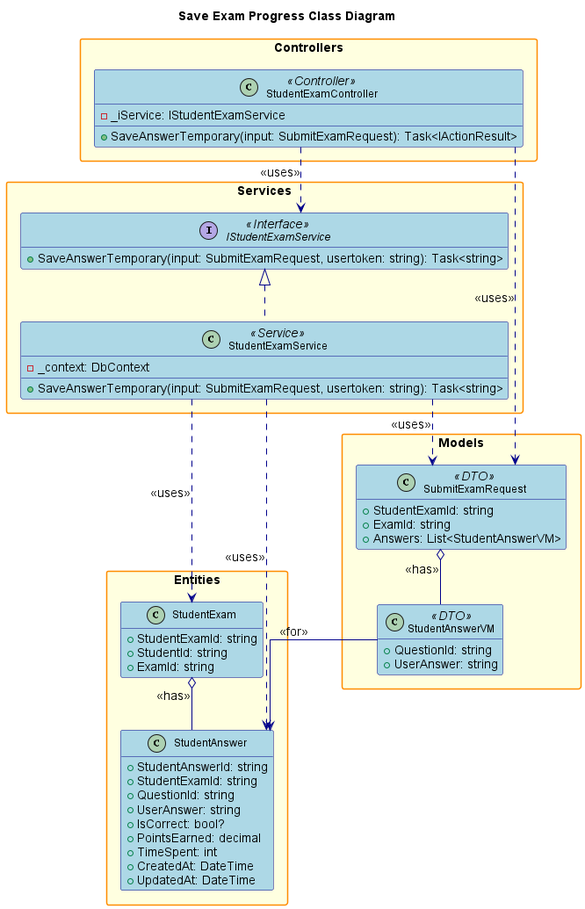
Earlier version of the PlantUML export design/out/saveexamprogress/saveexamprogress.png (conghoan1211/AI-Kiosk-Testing-system). Its diagram source:
```plantuml
@startuml

title Save Exam Progress Class Diagram

hide empty members
skinparam packageStyle rectangle
skinparam linetype ortho
skinparam defaultFontSize 14
skinparam defaultFontName Arial
skinparam classFontSize 12
skinparam classFontName Arial
skinparam noteFontSize 11
skinparam noteFontName Arial

skinparam class {
    BackgroundColor LightBlue
    BorderColor DarkBlue
    ArrowColor DarkBlue
    FontSize 12
}

skinparam package {
    BackgroundColor LightYellow
    BorderColor DarkOrange
    FontSize 14
    FontStyle bold
}

skinparam interface {
    BackgroundColor LightGreen
    BorderColor DarkGreen
    FontSize 12
}

skinparam enum {
    BackgroundColor LightCyan
    BorderColor DarkCyan
    FontSize 12
}

package "Controllers" {
    class StudentExamController <<Controller>> {
        - _iService: IStudentExamService
        + SaveAnswerTemporary(input: SubmitExamRequest): Task<IActionResult>
    }
}

package "Services" {
    interface IStudentExamService <<Interface>> {
        + SaveAnswerTemporary(input: SubmitExamRequest, usertoken: string): Task<string>
    }
    class StudentExamService <<Service>> {
        - _context: DbContext
        + SaveAnswerTemporary(input: SubmitExamRequest, usertoken: string): Task<string>
    }
}

package "Models" {
    class SubmitExamRequest <<DTO>> {
        + StudentExamId: string
        + ExamId: string
        + Answers: List<StudentAnswerVM>
    }
    class StudentAnswerVM <<DTO>> {
        + QuestionId: string
        + UserAnswer: string
    }
}

package "Entities" {
    class StudentExam {
        + StudentExamId: string
        + StudentId: string
        + ExamId: string
    }
    class StudentAnswer {
        + StudentAnswerId: string
        + StudentExamId: string
        + QuestionId: string
        + UserAnswer: string
        + IsCorrect: bool?
        + PointsEarned: decimal
        + TimeSpent: int
        + CreatedAt: DateTime
        + UpdatedAt: DateTime
    }
}

StudentExamController ..> IStudentExamService : <<uses>>
StudentExamController ..> SubmitExamRequest : <<uses>>
IStudentExamService <|.. StudentExamService
StudentExamService ..> StudentExam : <<uses>>
StudentExamService ..> StudentAnswer : <<uses>>
StudentExamService ..> SubmitExamRequest : <<uses>>
SubmitExamRequest o-- StudentAnswerVM : <<has>>
StudentAnswerVM --> StudentAnswer : <<for>>
StudentExam o-- StudentAnswer : <<has>>

@enduml
```
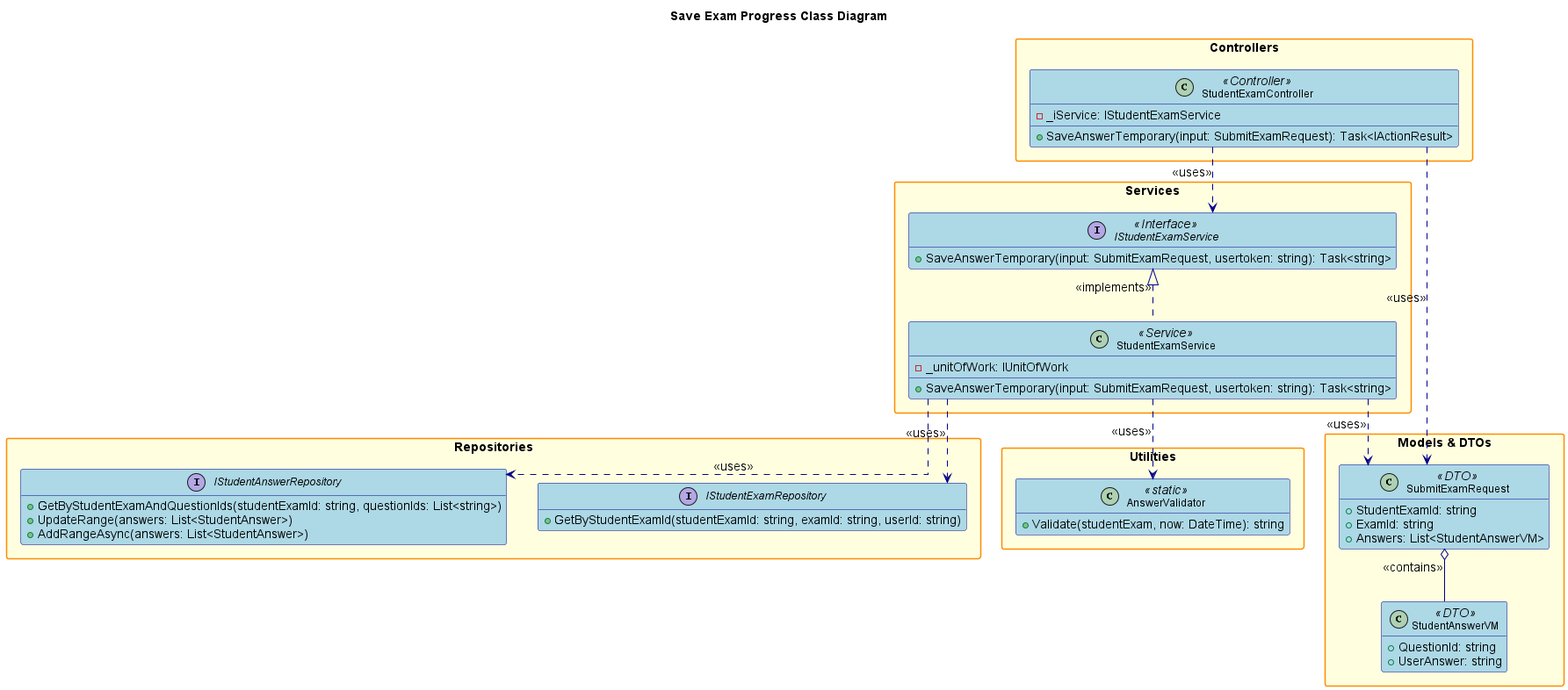
Above is the later version.

Change to the diagram source:
```diff
@@ -1,6 +1,4 @@
 @startuml
-
-title Save Exam Progress Class Diagram
 
 hide empty members
 skinparam packageStyle rectangle
@@ -25,18 +23,13 @@
     FontSize 14
     FontStyle bold
 }
-
 skinparam interface {
     BackgroundColor LightGreen
     BorderColor DarkGreen
     FontSize 12
 }
 
-skinparam enum {
-    BackgroundColor LightCyan
-    BorderColor DarkCyan
-    FontSize 12
-}
+title Save Exam Progress Class Diagram
 
 package "Controllers" {
     class StudentExamController <<Controller>> {
@@ -50,12 +43,23 @@
         + SaveAnswerTemporary(input: SubmitExamRequest, usertoken: string): Task<string>
     }
     class StudentExamService <<Service>> {
-        - _context: DbContext
+        - _unitOfWork: IUnitOfWork
         + SaveAnswerTemporary(input: SubmitExamRequest, usertoken: string): Task<string>
     }
 }
 
-package "Models" {
+package "Repositories" {
+    interface IStudentExamRepository {
+        + GetByStudentExamId(studentExamId: string, examId: string, userId: string)
+    }
+    interface IStudentAnswerRepository {
+        + GetByStudentExamAndQuestionIds(studentExamId: string, questionIds: List<string>)
+        + UpdateRange(answers: List<StudentAnswer>)
+        + AddRangeAsync(answers: List<StudentAnswer>)
+    }
+}
+
+package "Models & DTOs" {
     class SubmitExamRequest <<DTO>> {
         + StudentExamId: string
         + ExamId: string
@@ -67,33 +71,19 @@
     }
 }
 
-package "Entities" {
-    class StudentExam {
-        + StudentExamId: string
-        + StudentId: string
-        + ExamId: string
-    }
-    class StudentAnswer {
-        + StudentAnswerId: string
-        + StudentExamId: string
-        + QuestionId: string
-        + UserAnswer: string
-        + IsCorrect: bool?
-        + PointsEarned: decimal
-        + TimeSpent: int
-        + CreatedAt: DateTime
-        + UpdatedAt: DateTime
+package "Utilities" {
+    class AnswerValidator <<static>> {
+        + Validate(studentExam, now: DateTime): string
     }
 }
 
 StudentExamController ..> IStudentExamService : <<uses>>
 StudentExamController ..> SubmitExamRequest : <<uses>>
-IStudentExamService <|.. StudentExamService
-StudentExamService ..> StudentExam : <<uses>>
-StudentExamService ..> StudentAnswer : <<uses>>
+IStudentExamService <|.. StudentExamService : <<implements>>
 StudentExamService ..> SubmitExamRequest : <<uses>>
-SubmitExamRequest o-- StudentAnswerVM : <<has>>
-StudentAnswerVM --> StudentAnswer : <<for>>
-StudentExam o-- StudentAnswer : <<has>>
+StudentExamService ..> IStudentExamRepository : <<uses>>
+StudentExamService ..> IStudentAnswerRepository : <<uses>>
+StudentExamService ..> AnswerValidator : <<uses>>
+SubmitExamRequest o-- StudentAnswerVM : <<contains>>
 
 @enduml
```
